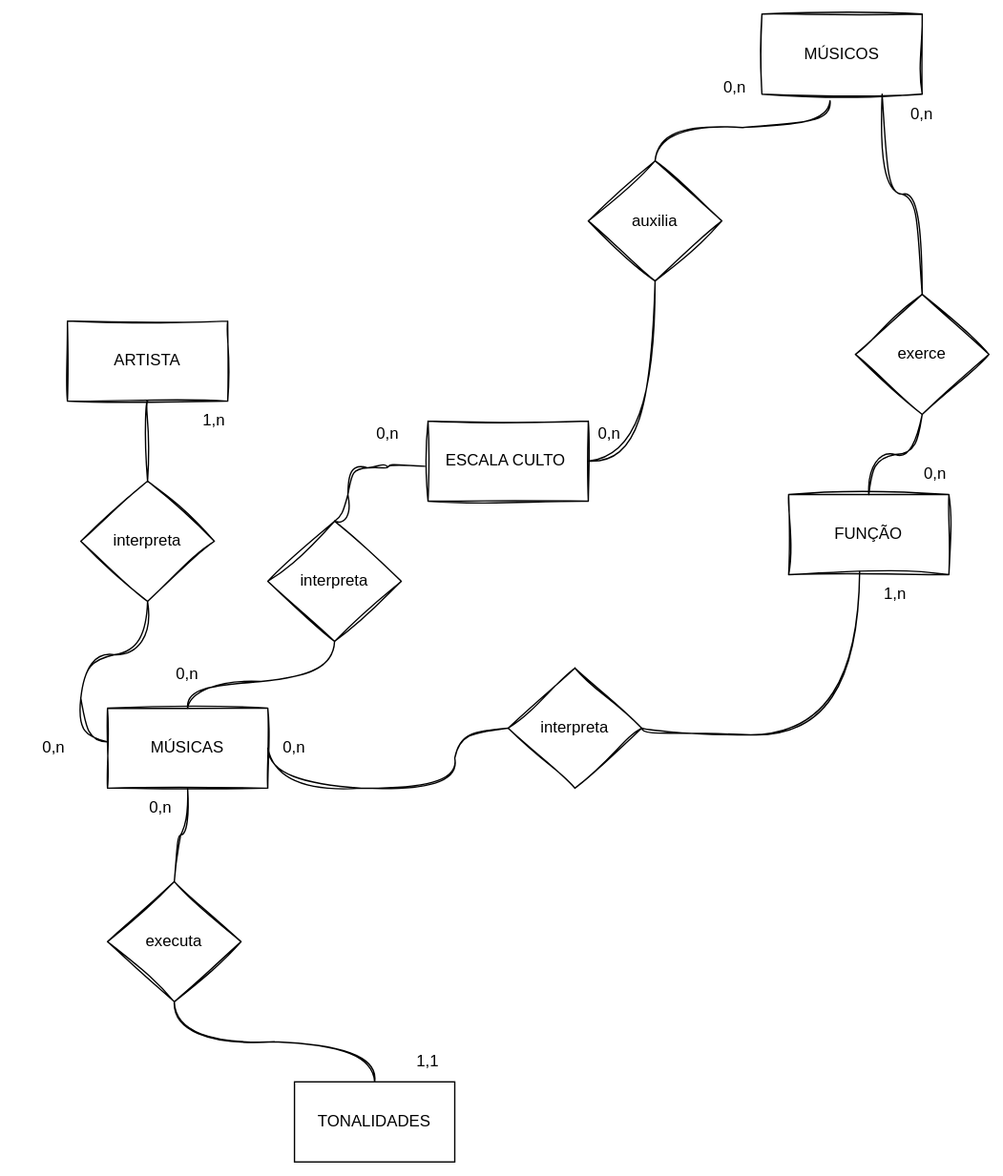
gabriel-txt/EscalaCanto keeps this draw.io diagram as doc/modelo_entidade_relacionamento.drawio.svg. Above is the earlier version. Source tidied: cells renumbered, new cells last; positions are measured from the earlier drawing's top-left corner, leaving out a move shared by most shapes.
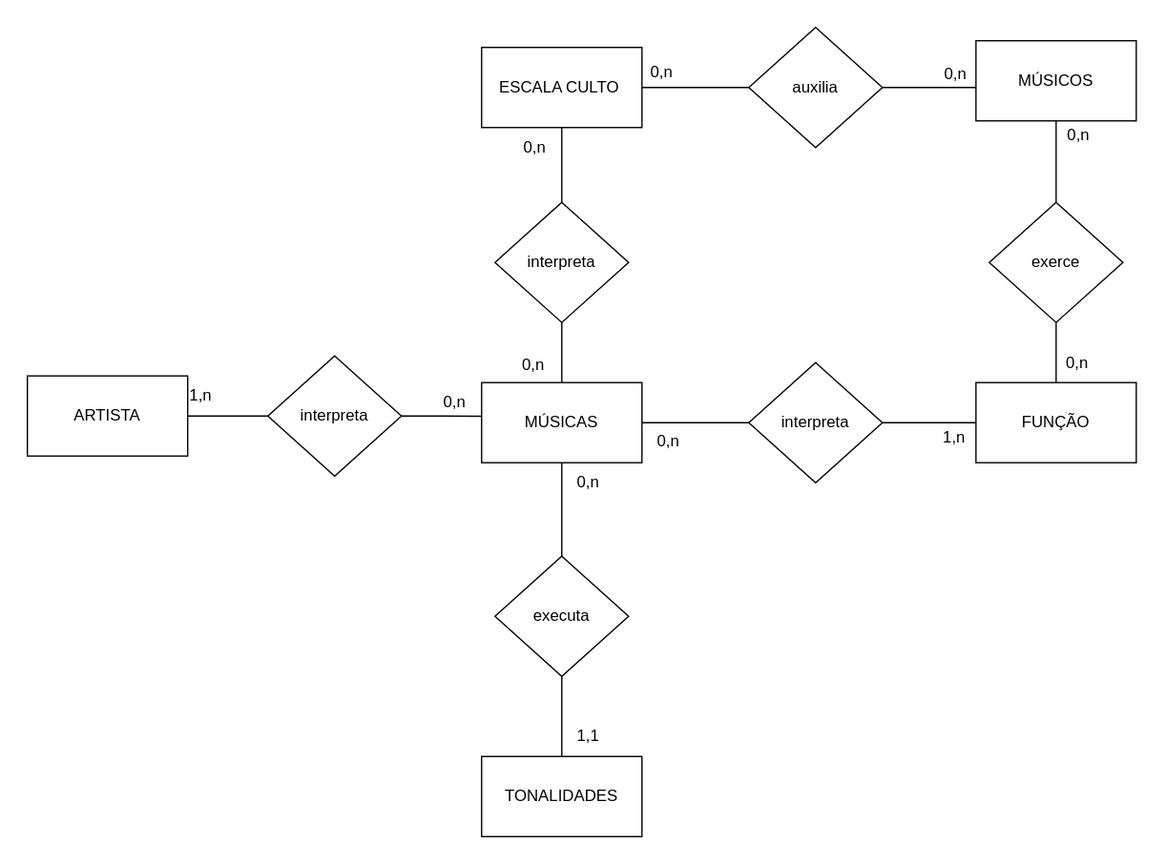
Later version of the same file.

Commit message:
Melhoria da apresentação do Modelo de Entidades

Diff of the diagram source:
```diff
@@ -2,145 +2,132 @@
   <root>
     <mxCell id="0" />
     <mxCell id="1" parent="0" />
-    <mxCell id="2" value="MÚSICAS" style="rounded=0;whiteSpace=wrap;html=1;sketch=1;curveFitting=1;jiggle=2;" parent="1" vertex="1">
-      <mxGeometry x="70" y="520" width="120" height="60" as="geometry" />
+    <mxCell id="2" value="MÚSICAS" style="rounded=0;whiteSpace=wrap;html=1;" parent="1" vertex="1">
+      <mxGeometry x="252" y="520" width="120" height="60" as="geometry" />
     </mxCell>
-    <mxCell id="3" value="MÚSICOS" style="rounded=0;whiteSpace=wrap;html=1;sketch=1;curveFitting=1;jiggle=2;" parent="1" vertex="1">
-      <mxGeometry x="560" width="120" height="60" as="geometry" />
-    </mxCell>
-    <mxCell id="4" value="auxilia" style="rhombus;whiteSpace=wrap;html=1;sketch=1;curveFitting=1;jiggle=2;" parent="1" vertex="1">
-      <mxGeometry x="430" y="110" width="100" height="90" as="geometry" />
+    <mxCell id="4" value="auxilia" style="rhombus;whiteSpace=wrap;html=1;" parent="1" vertex="1">
+      <mxGeometry x="452" y="254" width="100" height="90" as="geometry" />
     </mxCell>
-    <mxCell id="5" value="ARTISTA" style="rounded=0;whiteSpace=wrap;html=1;sketch=1;curveFitting=1;jiggle=2;" parent="1" vertex="1">
-      <mxGeometry x="40" y="230" width="120" height="60" as="geometry" />
+    <mxCell id="5" value="ARTISTA" style="rounded=0;whiteSpace=wrap;html=1;" parent="1" vertex="1">
+      <mxGeometry x="-88" y="515" width="120" height="60" as="geometry" />
     </mxCell>
-    <mxCell id="6" value="FUNÇÃO" style="rounded=0;whiteSpace=wrap;html=1;sketch=1;curveFitting=1;jiggle=2;" parent="1" vertex="1">
-      <mxGeometry x="580" y="360" width="120" height="60" as="geometry" />
+    <mxCell id="6" value="FUNÇÃO" style="rounded=0;whiteSpace=wrap;html=1;" parent="1" vertex="1">
+      <mxGeometry x="622" y="520" width="120" height="60" as="geometry" />
     </mxCell>
-    <mxCell id="7" style="endArrow=none;html=1;rounded=0;exitX=1;exitY=0.5;exitDx=0;exitDy=0;sketch=1;curveFitting=1;jiggle=2;entryX=0.5;entryY=1;entryDx=0;entryDy=0;edgeStyle=orthogonalEdgeStyle;curved=1;" parent="1" edge="1" source="22" target="4">
+    <mxCell id="7" style="endArrow=none;html=1;rounded=0;exitX=1;exitY=0.5;exitDx=0;exitDy=0;entryX=0;entryY=0.5;entryDx=0;entryDy=0;edgeStyle=orthogonalEdgeStyle;elbow=vertical;" parent="1" edge="1" source="22" target="4">
       <mxGeometry relative="1" as="geometry" />
     </mxCell>
-    <mxCell id="8" style="edgeStyle=orthogonalEdgeStyle;rounded=0;jettySize=auto;html=1;exitX=0.5;exitY=0;exitDx=0;exitDy=0;entryX=0.425;entryY=1.083;entryDx=0;entryDy=0;entryPerimeter=0;sketch=1;curveFitting=1;jiggle=2;curved=1;endArrow=none;startFill=0;" parent="1" edge="1" source="4" target="3">
-      <mxGeometry relative="1" as="geometry" />
+    <mxCell id="8" style="edgeStyle=orthogonalEdgeStyle;rounded=0;jettySize=auto;html=1;exitX=1;exitY=0.5;exitDx=0;exitDy=0;entryX=-0.005;entryY=0.586;entryDx=0;entryDy=0;endArrow=none;startFill=0;entryPerimeter=0;" parent="1" edge="1" source="4" target="3">
+      <mxGeometry relative="1" as="geometry">
+        <Array as="points">
+          <mxPoint x="638" y="299" />
+        </Array>
+      </mxGeometry>
     </mxCell>
     <mxCell id="9" value="TONALIDADES" style="rounded=0;whiteSpace=wrap;html=1;" parent="1" vertex="1">
-      <mxGeometry x="210" y="800" width="120" height="60" as="geometry" />
+      <mxGeometry x="252" y="800" width="120" height="60" as="geometry" />
     </mxCell>
-    <mxCell id="10" style="edgeStyle=orthogonalEdgeStyle;rounded=0;jettySize=auto;html=1;exitX=0.5;exitY=1;exitDx=0;exitDy=0;entryX=0.5;entryY=0;entryDx=0;entryDy=0;sketch=1;curveFitting=1;jiggle=2;curved=1;endArrow=none;startFill=0;" parent="1" edge="1" source="11" target="6">
+    <mxCell id="10" style="edgeStyle=orthogonalEdgeStyle;rounded=0;jettySize=auto;html=1;exitX=0.5;exitY=1;exitDx=0;exitDy=0;entryX=0.5;entryY=0;entryDx=0;entryDy=0;endArrow=none;startFill=0;" parent="1" edge="1" source="11" target="6">
       <mxGeometry relative="1" as="geometry" />
     </mxCell>
-    <mxCell id="11" value="exerce" style="rhombus;whiteSpace=wrap;html=1;sketch=1;curveFitting=1;jiggle=2;" parent="1" vertex="1">
-      <mxGeometry x="630" y="210" width="100" height="90" as="geometry" />
-    </mxCell>
-    <mxCell id="12" style="edgeStyle=orthogonalEdgeStyle;rounded=0;jettySize=auto;html=1;exitX=0.75;exitY=1;exitDx=0;exitDy=0;sketch=1;curveFitting=1;jiggle=2;curved=1;endArrow=none;startFill=0;" parent="1" edge="1" source="3" target="11">
+    <mxCell id="12" style="edgeStyle=orthogonalEdgeStyle;rounded=0;jettySize=auto;html=1;exitX=0.5;exitY=1;exitDx=0;exitDy=0;endArrow=none;startFill=0;" parent="1" edge="1" source="3" target="11">
       <mxGeometry relative="1" as="geometry" />
     </mxCell>
-    <mxCell id="13" value="0,n" style="text;html=1;align=center;verticalAlign=middle;whiteSpace=wrap;rounded=0;" parent="1" vertex="1">
-      <mxGeometry x="510" y="40" width="60" height="30" as="geometry" />
-    </mxCell>
-    <mxCell id="14" value="0,n" style="text;html=1;align=center;verticalAlign=middle;whiteSpace=wrap;rounded=0;" parent="1" vertex="1">
-      <mxGeometry x="660" y="330" width="60" height="30" as="geometry" />
-    </mxCell>
-    <mxCell id="15" value="0,n" style="text;html=1;align=center;verticalAlign=middle;whiteSpace=wrap;rounded=0;" parent="1" vertex="1">
-      <mxGeometry x="650" y="60" width="60" height="30" as="geometry" />
-    </mxCell>
-    <mxCell id="16" value="executa" style="rhombus;whiteSpace=wrap;html=1;sketch=1;curveFitting=1;jiggle=2;" parent="1" vertex="1">
-      <mxGeometry x="70" y="650" width="100" height="90" as="geometry" />
+    <mxCell id="16" value="executa" style="rhombus;whiteSpace=wrap;html=1;" parent="1" vertex="1">
+      <mxGeometry x="262" y="650" width="100" height="90" as="geometry" />
     </mxCell>
-    <mxCell id="17" style="edgeStyle=orthogonalEdgeStyle;rounded=0;jettySize=auto;html=1;exitX=0.5;exitY=1;exitDx=0;exitDy=0;sketch=1;curveFitting=1;jiggle=2;curved=1;endArrow=none;startFill=0;entryX=0.5;entryY=0;entryDx=0;entryDy=0;" parent="1" edge="1" source="16" target="9">
+    <mxCell id="17" style="edgeStyle=orthogonalEdgeStyle;rounded=0;jettySize=auto;html=1;exitX=0.5;exitY=1;exitDx=0;exitDy=0;endArrow=none;startFill=0;entryX=0.5;entryY=0;entryDx=0;entryDy=0;" parent="1" edge="1" source="16" target="9">
       <mxGeometry relative="1" as="geometry" />
     </mxCell>
     <mxCell id="18" value="1,1" style="text;html=1;align=center;verticalAlign=middle;whiteSpace=wrap;rounded=0;" parent="1" vertex="1">
-      <mxGeometry x="280" y="770" width="60" height="30" as="geometry" />
+      <mxGeometry x="302" y="770" width="60" height="30" as="geometry" />
     </mxCell>
-    <mxCell id="19" value="interpreta" style="rhombus;whiteSpace=wrap;html=1;sketch=1;curveFitting=1;jiggle=2;" parent="1" vertex="1">
-      <mxGeometry x="50" y="350" width="100" height="90" as="geometry" />
-    </mxCell>
-    <mxCell id="20" style="edgeStyle=orthogonalEdgeStyle;rounded=0;jettySize=auto;html=1;exitX=0.5;exitY=1;exitDx=0;exitDy=0;sketch=1;curveFitting=1;jiggle=2;curved=1;endArrow=none;startFill=0;entryX=0.5;entryY=0;entryDx=0;entryDy=0;" parent="1" edge="1" source="5" target="19">
-      <mxGeometry relative="1" as="geometry" />
-    </mxCell>
-    <mxCell id="21" style="group;" parent="1" vertex="1">
-      <mxGeometry x="310" y="300" width="166" height="65" as="geometry" />
-    </mxCell>
+    <mxCell id="41" value="interpreta" style="rhombus;whiteSpace=wrap;html=1;" parent="1" vertex="1">
+      <mxGeometry x="92" y="500" width="100" height="90" as="geometry" />
+    </mxCell>
+    <mxCell id="42" style="edgeStyle=orthogonalEdgeStyle;rounded=0;jettySize=auto;html=1;exitX=1;exitY=0.5;exitDx=0;exitDy=0;endArrow=none;startFill=0;entryX=0;entryY=0.5;entryDx=0;entryDy=0;" parent="1" edge="1" source="5" target="41">
+      <mxGeometry relative="1" as="geometry" />
+    </mxCell>
+    <mxCell id="43" value="1,n" style="text;html=1;align=center;verticalAlign=middle;whiteSpace=wrap;rounded=0;" parent="1" vertex="1">
+      <mxGeometry x="12" y="515" width="60" height="30" as="geometry" />
+    </mxCell>
+    <mxCell id="44" style="group;" parent="1" vertex="1">
+      <mxGeometry x="202" y="520" width="60" height="30" as="geometry" />
+    </mxCell>
+    <mxCell id="45" style="rounded=0;jettySize=auto;html=1;exitX=1;exitY=0.5;exitDx=0;exitDy=0;endArrow=none;startFill=0;entryX=-0.003;entryY=0.42;entryDx=0;entryDy=0;entryPerimeter=0;edgeStyle=orthogonalEdgeStyle;" parent="44" edge="1" source="41" target="2">
+      <mxGeometry relative="1" as="geometry" />
+    </mxCell>
+    <mxCell id="46" value="0,n" style="text;html=1;align=center;verticalAlign=middle;whiteSpace=wrap;rounded=0;" parent="44" vertex="1">
+      <mxGeometry width="60" height="30" as="geometry" />
+    </mxCell>
+    <mxCell id="47" style="group;" parent="1" vertex="1">
+      <mxGeometry x="302" y="580" width="60" height="30" as="geometry" />
+    </mxCell>
+    <mxCell id="29" style="edgeStyle=orthogonalEdgeStyle;rounded=0;jettySize=auto;html=1;exitX=0.5;exitY=1;exitDx=0;exitDy=0;endArrow=none;startFill=0;entryX=0.5;entryY=0;entryDx=0;entryDy=0;" parent="47" edge="1" source="2" target="16">
+      <mxGeometry relative="1" as="geometry" />
+    </mxCell>
+    <mxCell id="48" value="0,n" style="text;html=1;align=center;verticalAlign=middle;whiteSpace=wrap;rounded=0;" parent="47" vertex="1">
+      <mxGeometry width="60" height="30" as="geometry" />
+    </mxCell>
+    <mxCell id="49" value="interpreta" style="rhombus;whiteSpace=wrap;html=1;" parent="1" vertex="1">
+      <mxGeometry x="452" y="505" width="100" height="90" as="geometry" />
+    </mxCell>
+    <mxCell id="50" style="edgeStyle=orthogonalEdgeStyle;rounded=0;jettySize=auto;html=1;endArrow=none;startFill=0;entryX=1;entryY=0.5;entryDx=0;entryDy=0;exitX=0;exitY=0.5;exitDx=0;exitDy=0;" parent="1" edge="1" source="49" target="2">
+      <mxGeometry relative="1" as="geometry" />
+    </mxCell>
+    <mxCell id="51" style="edgeStyle=orthogonalEdgeStyle;rounded=0;jettySize=auto;html=1;endArrow=none;startFill=0;entryX=1;entryY=0.5;entryDx=0;entryDy=0;exitX=0;exitY=0.5;exitDx=0;exitDy=0;" parent="1" edge="1" source="6" target="49">
+      <mxGeometry relative="1" as="geometry" />
+    </mxCell>
+    <mxCell id="52" value="0,n" style="text;html=1;align=center;verticalAlign=middle;whiteSpace=wrap;rounded=0;" parent="1" vertex="1">
+      <mxGeometry x="362" y="549" width="60" height="30" as="geometry" />
+    </mxCell>
+    <mxCell id="53" value="1,n" style="text;html=1;align=center;verticalAlign=middle;whiteSpace=wrap;rounded=0;" parent="1" vertex="1">
+      <mxGeometry x="576" y="546" width="60" height="30" as="geometry" />
+    </mxCell>
+    <mxCell id="54" value="interpreta" style="rhombus;whiteSpace=wrap;html=1;" parent="1" vertex="1">
+      <mxGeometry x="262" y="385" width="100" height="90" as="geometry" />
+    </mxCell>
+    <mxCell id="55" style="edgeStyle=orthogonalEdgeStyle;rounded=0;jettySize=auto;html=1;endArrow=none;startFill=0;exitX=0.5;exitY=1;exitDx=0;exitDy=0;entryX=0.5;entryY=0;entryDx=0;entryDy=0;" parent="1" edge="1" source="22" target="54">
+      <mxGeometry relative="1" as="geometry" />
+    </mxCell>
+    <mxCell id="56" style="edgeStyle=orthogonalEdgeStyle;rounded=0;jettySize=auto;html=1;endArrow=none;startFill=0;entryX=0.5;entryY=0;entryDx=0;entryDy=0;exitX=0.5;exitY=1;exitDx=0;exitDy=0;" parent="1" edge="1" source="54" target="2">
+      <mxGeometry relative="1" as="geometry" />
+    </mxCell>
+    <mxCell id="57" style="group;" parent="1" vertex="1">
+      <mxGeometry x="632" y="385" width="110" height="120" as="geometry" />
+    </mxCell>
+    <mxCell id="58" style="group;" parent="57" vertex="1">
+      <mxGeometry width="100" height="110" as="geometry" />
+    </mxCell>
+    <mxCell id="11" value="exerce" style="rhombus;whiteSpace=wrap;html=1;" parent="58" vertex="1">
+      <mxGeometry width="100" height="90" as="geometry" />
+    </mxCell>
+    <mxCell id="59" value="0,n" style="text;html=1;align=center;verticalAlign=middle;whiteSpace=wrap;rounded=0;" parent="1" vertex="1">
+      <mxGeometry x="577" y="274" width="60" height="30" as="geometry" />
+    </mxCell>
+    <mxCell id="3" value="MÚSICOS" style="rounded=0;whiteSpace=wrap;html=1;" parent="1" vertex="1">
+      <mxGeometry x="622" y="264" width="120" height="60" as="geometry" />
+    </mxCell>
+    <mxCell id="60" value="0,n" style="text;html=1;align=center;verticalAlign=middle;whiteSpace=wrap;rounded=0;" parent="1" vertex="1">
+      <mxGeometry x="669" y="320" width="60" height="30" as="geometry" />
+    </mxCell>
+    <mxCell id="61" style="group;" parent="1" vertex="1">
+      <mxGeometry x="252" y="264" width="166" height="65" as="geometry" />
+    </mxCell>
-    <mxCell id="22" value="ESCALA CULTO&amp;nbsp;" style="rounded=0;whiteSpace=wrap;html=1;sketch=1;curveFitting=1;jiggle=2;" parent="21" vertex="1">
+    <mxCell id="22" value="ESCALA CULTO&amp;nbsp;" style="rounded=0;whiteSpace=wrap;html=1;" parent="61" vertex="1">
       <mxGeometry y="5" width="120" height="60" as="geometry" />
     </mxCell>
-    <mxCell id="23" value="0,n" style="text;html=1;align=center;verticalAlign=middle;whiteSpace=wrap;rounded=0;" parent="21" vertex="1">
-      <mxGeometry x="106" width="60" height="30" as="geometry" />
-    </mxCell>
-    <mxCell id="24" value="1,n" style="text;html=1;align=center;verticalAlign=middle;whiteSpace=wrap;rounded=0;" parent="1" vertex="1">
-      <mxGeometry x="120" y="290" width="60" height="30" as="geometry" />
-    </mxCell>
-    <mxCell id="25" style="group;" parent="1" vertex="1">
-      <mxGeometry y="535" width="60" height="30" as="geometry" />
-    </mxCell>
-    <mxCell id="26" style="edgeStyle=orthogonalEdgeStyle;rounded=0;jettySize=auto;html=1;exitX=0.5;exitY=1;exitDx=0;exitDy=0;sketch=1;curveFitting=1;jiggle=2;curved=1;endArrow=none;startFill=0;entryX=-0.003;entryY=0.42;entryDx=0;entryDy=0;entryPerimeter=0;" parent="25" edge="1" source="19" target="2">
-      <mxGeometry relative="1" as="geometry" />
-    </mxCell>
-    <mxCell id="27" value="0,n" style="text;html=1;align=center;verticalAlign=middle;whiteSpace=wrap;rounded=0;" parent="25" vertex="1">
-      <mxGeometry width="60" height="30" as="geometry" />
-    </mxCell>
-    <mxCell id="28" style="group;" parent="1" vertex="1">
-      <mxGeometry x="80" y="580" width="60" height="30" as="geometry" />
-    </mxCell>
-    <mxCell id="29" style="edgeStyle=orthogonalEdgeStyle;rounded=0;jettySize=auto;html=1;exitX=0.5;exitY=1;exitDx=0;exitDy=0;sketch=1;curveFitting=1;jiggle=2;curved=1;endArrow=none;startFill=0;entryX=0.5;entryY=0;entryDx=0;entryDy=0;" parent="28" edge="1" source="2" target="16">
-      <mxGeometry relative="1" as="geometry" />
-    </mxCell>
-    <mxCell id="30" value="0,n" style="text;html=1;align=center;verticalAlign=middle;whiteSpace=wrap;rounded=0;" parent="28" vertex="1">
-      <mxGeometry width="60" height="30" as="geometry" />
-    </mxCell>
-    <mxCell id="31" value="interpreta" style="rhombus;whiteSpace=wrap;html=1;sketch=1;curveFitting=1;jiggle=2;" parent="1" vertex="1">
-      <mxGeometry x="370" y="490" width="100" height="90" as="geometry" />
-    </mxCell>
-    <mxCell id="32" style="edgeStyle=orthogonalEdgeStyle;rounded=0;jettySize=auto;html=1;sketch=1;curveFitting=1;jiggle=2;curved=1;endArrow=none;startFill=0;entryX=1;entryY=0.5;entryDx=0;entryDy=0;exitX=0;exitY=0.5;exitDx=0;exitDy=0;" parent="1" edge="1" source="31" target="2">
-      <mxGeometry relative="1" as="geometry">
-        <Array as="points">
-          <mxPoint x="330" y="535" />
-          <mxPoint x="330" y="580" />
-          <mxPoint x="190" y="580" />
-        </Array>
-      </mxGeometry>
-    </mxCell>
-    <mxCell id="33" style="edgeStyle=orthogonalEdgeStyle;rounded=0;jettySize=auto;html=1;exitX=0.443;exitY=0.96;exitDx=0;exitDy=0;sketch=1;curveFitting=1;jiggle=2;curved=1;endArrow=none;startFill=0;entryX=1;entryY=0.5;entryDx=0;entryDy=0;exitPerimeter=0;" parent="1" edge="1" source="6" target="31">
-      <mxGeometry relative="1" as="geometry">
-        <Array as="points">
-          <mxPoint x="633" y="540" />
-          <mxPoint x="470" y="540" />
-        </Array>
-      </mxGeometry>
-    </mxCell>
-    <mxCell id="34" value="0,n" style="text;html=1;align=center;verticalAlign=middle;whiteSpace=wrap;rounded=0;" parent="1" vertex="1">
-      <mxGeometry x="180" y="535" width="60" height="30" as="geometry" />
-    </mxCell>
-    <mxCell id="35" value="1,n" style="text;html=1;align=center;verticalAlign=middle;whiteSpace=wrap;rounded=0;" parent="1" vertex="1">
-      <mxGeometry x="630" y="420" width="60" height="30" as="geometry" />
-    </mxCell>
-    <mxCell id="36" value="interpreta" style="rhombus;whiteSpace=wrap;html=1;sketch=1;curveFitting=1;jiggle=2;" parent="1" vertex="1">
-      <mxGeometry x="190" y="380" width="100" height="90" as="geometry" />
-    </mxCell>
-    <mxCell id="37" style="edgeStyle=orthogonalEdgeStyle;rounded=0;jettySize=auto;html=1;sketch=1;curveFitting=1;jiggle=2;curved=1;endArrow=none;startFill=0;exitX=-0.02;exitY=0.563;exitDx=0;exitDy=0;exitPerimeter=0;entryX=0.5;entryY=0;entryDx=0;entryDy=0;" parent="1" edge="1" source="22" target="36">
-      <mxGeometry relative="1" as="geometry">
-        <Array as="points">
-          <mxPoint x="280" y="339" />
-          <mxPoint x="280" y="340" />
-          <mxPoint x="250" y="340" />
-          <mxPoint x="250" y="380" />
-        </Array>
-      </mxGeometry>
-    </mxCell>
-    <mxCell id="38" style="edgeStyle=orthogonalEdgeStyle;rounded=0;jettySize=auto;html=1;sketch=1;curveFitting=1;jiggle=2;curved=1;endArrow=none;startFill=0;entryX=0.5;entryY=0;entryDx=0;entryDy=0;exitX=0.5;exitY=1;exitDx=0;exitDy=0;" parent="1" edge="1" source="36" target="2">
-      <mxGeometry relative="1" as="geometry">
-        <Array as="points">
-          <mxPoint x="240" y="500" />
-          <mxPoint x="130" y="500" />
-        </Array>
-      </mxGeometry>
-    </mxCell>
-    <mxCell id="39" value="0,n" style="text;html=1;align=center;verticalAlign=middle;whiteSpace=wrap;rounded=0;" parent="1" vertex="1">
-      <mxGeometry x="100" y="480" width="60" height="30" as="geometry" />
-    </mxCell>
-    <mxCell id="40" value="0,n" style="text;html=1;align=center;verticalAlign=middle;whiteSpace=wrap;rounded=0;" parent="1" vertex="1">
-      <mxGeometry x="250" y="300" width="60" height="30" as="geometry" />
-    </mxCell>
+    <mxCell id="62" value="0,n" style="text;html=1;align=center;verticalAlign=middle;whiteSpace=wrap;rounded=0;" parent="61" vertex="1">
+      <mxGeometry x="105" y="9" width="60" height="30" as="geometry" />
+    </mxCell>
+    <mxCell id="63" value="0,n" style="text;html=1;align=center;verticalAlign=middle;whiteSpace=wrap;rounded=0;" parent="1" vertex="1">
+      <mxGeometry x="262" y="329" width="60" height="30" as="geometry" />
+    </mxCell>
+    <mxCell id="64" value="0,n" style="text;html=1;align=center;verticalAlign=middle;whiteSpace=wrap;rounded=0;" parent="1" vertex="1">
+      <mxGeometry x="261" y="492" width="60" height="30" as="geometry" />
+    </mxCell>
+    <mxCell id="65" value="0,n" style="text;html=1;align=center;verticalAlign=middle;whiteSpace=wrap;rounded=0;" parent="1" vertex="1">
+      <mxGeometry x="668" y="490.5" width="60" height="30" as="geometry" />
+    </mxCell>
   </root>
 </mxGraphModel>
```
